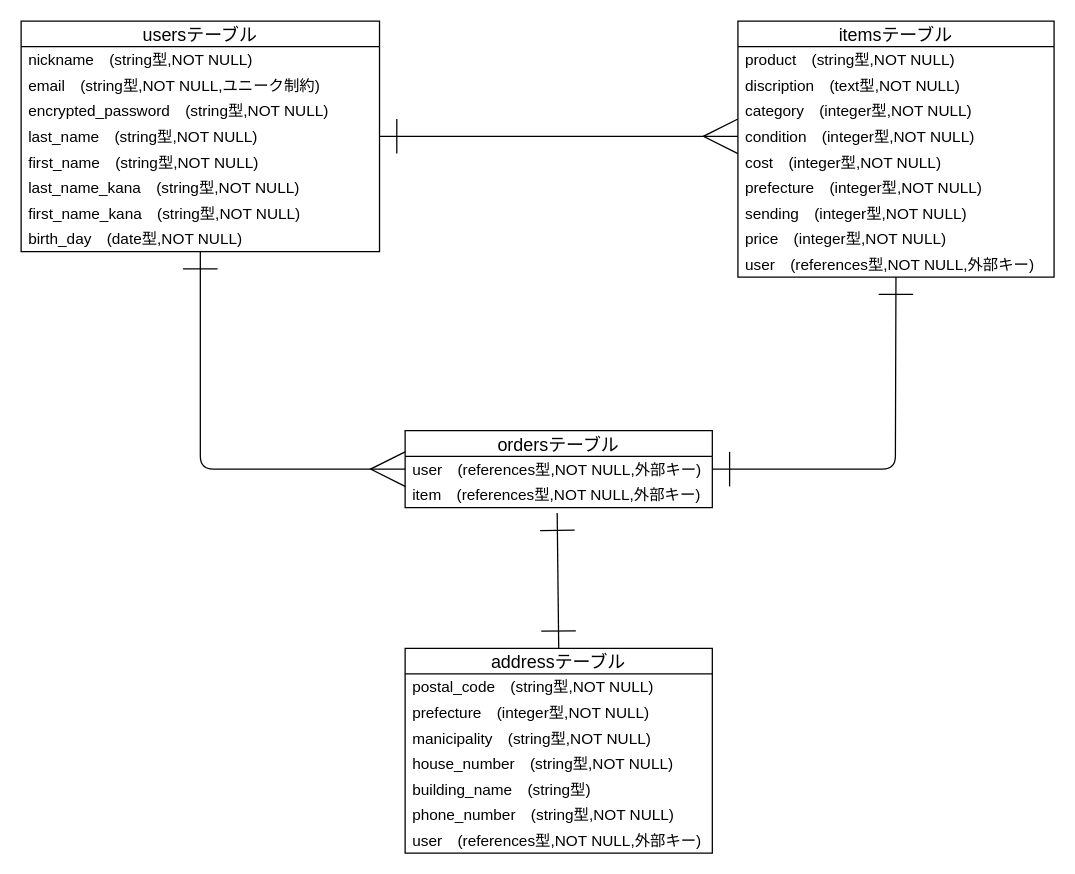
The draw.io diagram table.dio in hakuma101/furima-35665, before the edit. Source tidied: cells renumbered, new cells numbered last; positions are measured from the earlier drawing's top-left corner, leaving out a move shared by most shapes. Both pictures are drawn from the tidied source at 128%, with x=0, y=0 at pixel (20, 20).
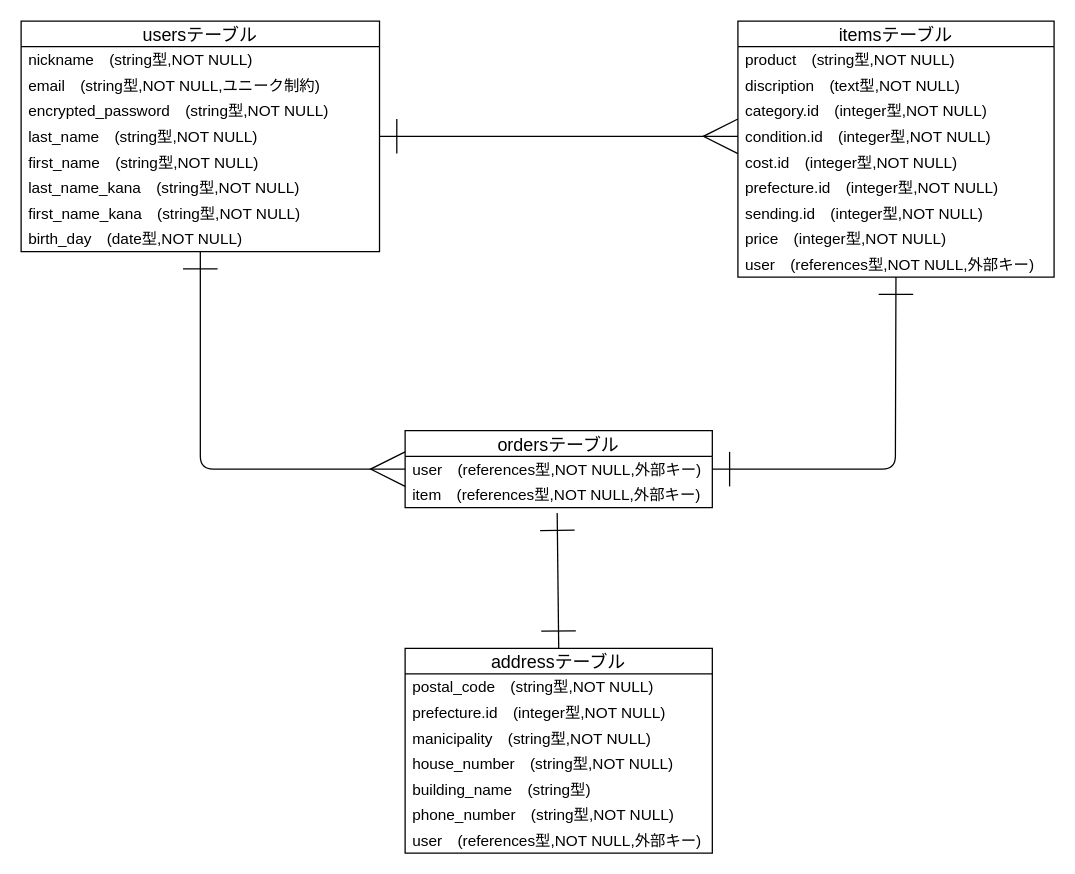
After the change.

Commit message:
レビュー指摘箇所２

レビュー指摘箇所１による修正をER図にも反映

Unchanged cells that the change refers to:
```xml
<mxCell id="11" value="itemsテーブル" style="swimlane;fontStyle=0;horizontal=1;startSize=20;align=center;fontSize=14;" parent="1" vertex="1">
  <mxGeometry x="560" width="247" height="200" as="geometry" />
</mxCell>
<mxCell id="21" value="addressテーブル" style="swimlane;fontStyle=0;horizontal=1;startSize=20;align=center;fontSize=14;" parent="1" vertex="1">
  <mxGeometry x="300" y="490" width="240" height="160" as="geometry" />
</mxCell>
```

What changed in the source:
```diff
@@
-    <mxCell id="14" value="category　(integer型,NOT NULL)" style="text;strokeColor=none;fillColor=none;spacingLeft=4;spacingRight=4;overflow=hidden;fontSize=12;verticalAlign=middle;" parent="11" vertex="1">
+    <mxCell id="14" value="category.id　(integer型,NOT NULL)" style="text;strokeColor=none;fillColor=none;spacingLeft=4;spacingRight=4;overflow=hidden;fontSize=12;verticalAlign=middle;" parent="11" vertex="1">
       <mxGeometry y="60" width="247" height="20" as="geometry" />
     </mxCell>
-    <mxCell id="15" value="condition　(integer型,NOT NULL)" style="text;strokeColor=none;fillColor=none;spacingLeft=4;spacingRight=4;overflow=hidden;points=[[0,0.5],[1,0.5]];portConstraint=eastwest;fontSize=12;verticalAlign=middle;" parent="11" vertex="1">
+    <mxCell id="15" value="condition.id　(integer型,NOT NULL)" style="text;strokeColor=none;fillColor=none;spacingLeft=4;spacingRight=4;overflow=hidden;points=[[0,0.5],[1,0.5]];portConstraint=eastwest;fontSize=12;verticalAlign=middle;" parent="11" vertex="1">
       <mxGeometry y="80" width="247" height="20" as="geometry" />
     </mxCell>
-    <mxCell id="16" value="cost　(integer型,NOT NULL)" style="text;strokeColor=none;fillColor=none;spacingLeft=4;spacingRight=4;overflow=hidden;fontSize=12;verticalAlign=middle;" parent="11" vertex="1">
+    <mxCell id="16" value="cost.id　(integer型,NOT NULL)" style="text;strokeColor=none;fillColor=none;spacingLeft=4;spacingRight=4;overflow=hidden;fontSize=12;verticalAlign=middle;" parent="11" vertex="1">
       <mxGeometry y="100" width="247" height="20" as="geometry" />
     </mxCell>
-    <mxCell id="17" value="prefecture　(integer型,NOT NULL)" style="text;strokeColor=none;fillColor=none;spacingLeft=4;spacingRight=4;overflow=hidden;fontSize=12;verticalAlign=middle;" parent="11" vertex="1">
+    <mxCell id="17" value="prefecture.id　(integer型,NOT NULL)" style="text;strokeColor=none;fillColor=none;spacingLeft=4;spacingRight=4;overflow=hidden;fontSize=12;verticalAlign=middle;" parent="11" vertex="1">
       <mxGeometry y="120" width="247" height="20" as="geometry" />
     </mxCell>
-    <mxCell id="18" value="sending　(integer型,NOT NULL)" style="text;strokeColor=none;fillColor=none;spacingLeft=4;spacingRight=4;overflow=hidden;fontSize=12;verticalAlign=middle;" parent="11" vertex="1">
+    <mxCell id="18" value="sending.id　(integer型,NOT NULL)" style="text;strokeColor=none;fillColor=none;spacingLeft=4;spacingRight=4;overflow=hidden;fontSize=12;verticalAlign=middle;" parent="11" vertex="1">
       <mxGeometry y="140" width="247" height="20" as="geometry" />
     </mxCell>
@@
-    <mxCell id="23" value="prefecture　(integer型,NOT NULL)" style="text;strokeColor=none;fillColor=none;spacingLeft=4;spacingRight=4;overflow=hidden;fontSize=12;verticalAlign=middle;" parent="21" vertex="1">
+    <mxCell id="23" value="prefecture.id　(integer型,NOT NULL)" style="text;strokeColor=none;fillColor=none;spacingLeft=4;spacingRight=4;overflow=hidden;fontSize=12;verticalAlign=middle;" parent="21" vertex="1">
       <mxGeometry y="40" width="240" height="20" as="geometry" />
     </mxCell>
```
